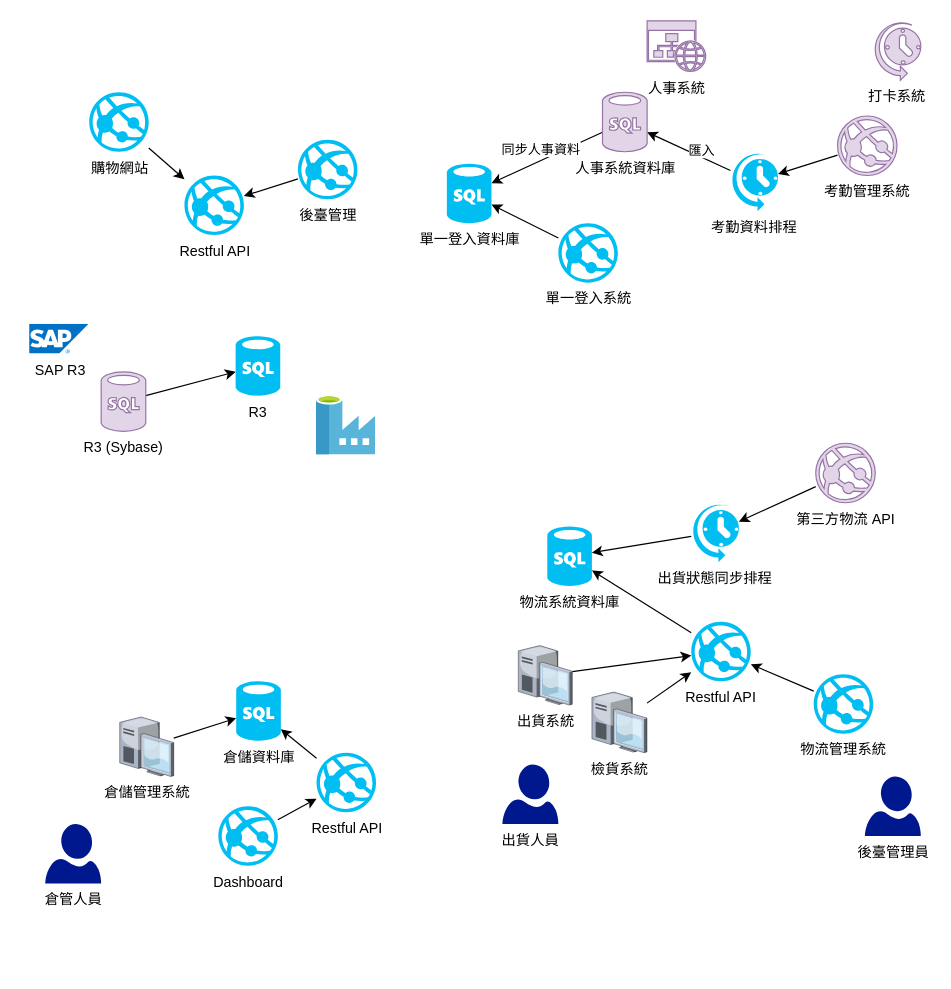
Earlier version of the draw.io diagram integrate-with-sap-r3-erp/diagram.drawio (txstudio/architecture-diagram). Source tidied: cells renumbered, new cells numbered last; positions are measured from the earlier drawing's top-left corner, leaving out a move shared by most shapes. Both pictures are drawn from the tidied source at 119%, with x=0, y=0 at pixel (29, 20).
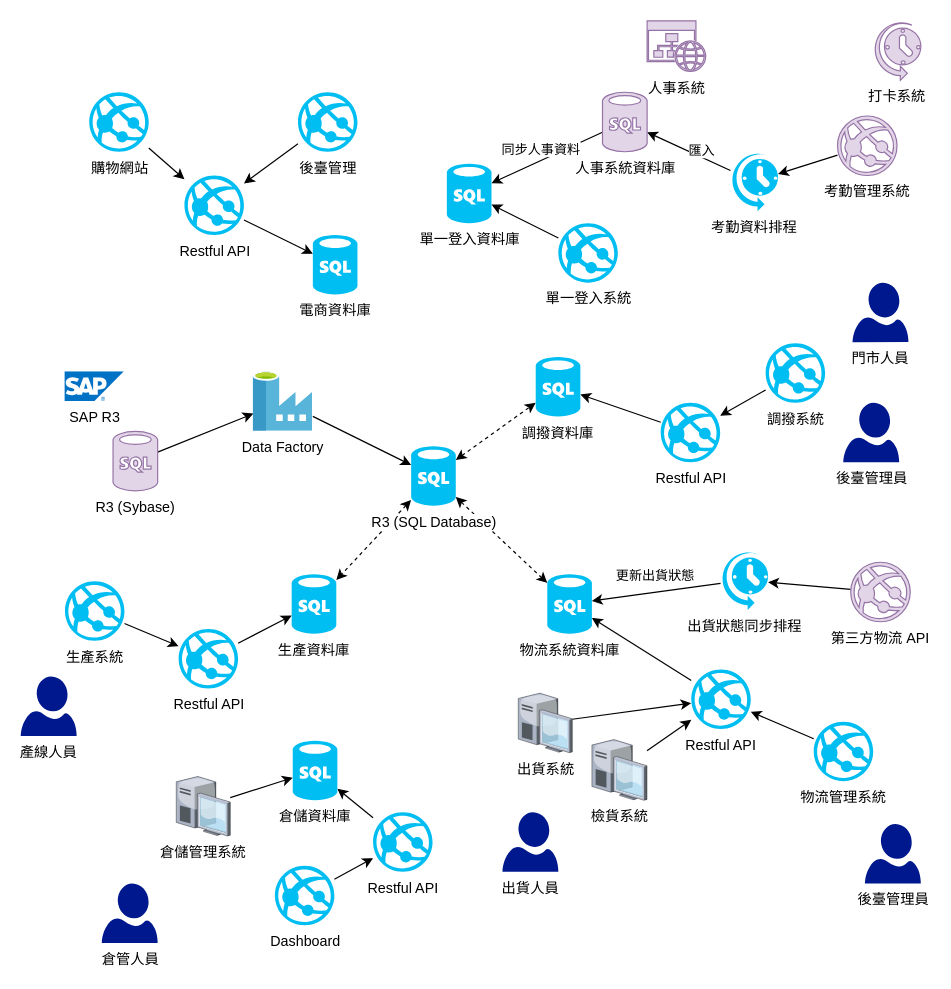
The same diagram, later.

Commit message:
add new system diagram

The change refers to these unchanged cells:
```xml
<mxCell id="15" value="Restful API" style="verticalLabelPosition=bottom;html=1;verticalAlign=top;align=center;strokeColor=none;fillColor=#00BEF2;shape=mxgraph.azure.azure_website;rounded=0;sketch=0;labelBackgroundColor=#ffffff;" parent="1" vertex="1">
  <mxGeometry x="130.5" y="130" width="50" height="50" as="geometry" />
</mxCell>
<mxCell id="41" style="edgeStyle=none;rounded=1;sketch=0;jettySize=auto;html=1;" parent="1" edge="1" source="42" target="45">
  <mxGeometry relative="1" as="geometry" />
</mxCell>
```

Diff of the diagram source:
```diff
@@
     <mxCell id="2" value="SAP R3" style="html=1;align=center;image;fontSize=12;image=img/lib/mscae/SAP_HANA_on_Azure.svg;rounded=0;sketch=0;" parent="1" vertex="1">
-      <mxGeometry x="0.5" y="255" width="50" height="25" as="geometry" />
+      <mxGeometry x="30.1" y="295" width="50" height="25" as="geometry" />
     </mxCell>
@@
     <mxCell id="4" value="出貨系統" style="verticalLabelPosition=bottom;html=1;verticalAlign=top;strokeColor=none;align=center;outlineConnect=0;shape=mxgraph.citrix.desktop;rounded=0;sketch=0;" parent="1" vertex="1">
-      <mxGeometry x="411" y="525" width="45.4" height="50" as="geometry" />
+      <mxGeometry x="411" y="565" width="45.4" height="50" as="geometry" />
     </mxCell>
@@
     <mxCell id="6" value="檢貨系統" style="verticalLabelPosition=bottom;html=1;verticalAlign=top;strokeColor=none;align=center;outlineConnect=0;shape=mxgraph.citrix.desktop;rounded=0;sketch=0;" parent="1" vertex="1">
-      <mxGeometry x="472.9" y="564" width="46.3" height="51" as="geometry" />
+      <mxGeometry x="472.9" y="604" width="46.3" height="51" as="geometry" />
     </mxCell>
@@
     <mxCell id="8" value="物流管理系統" style="verticalLabelPosition=bottom;html=1;verticalAlign=top;align=center;strokeColor=none;fillColor=#00BEF2;shape=mxgraph.azure.azure_website;rounded=0;sketch=0;labelBackgroundColor=#ffffff;" parent="1" vertex="1">
-      <mxGeometry x="659.3" y="549" width="50" height="50" as="geometry" />
+      <mxGeometry x="659.3" y="589" width="50" height="50" as="geometry" />
     </mxCell>
@@
     <mxCell id="10" value="Restful API" style="verticalLabelPosition=bottom;html=1;verticalAlign=top;align=center;strokeColor=none;fillColor=#00BEF2;shape=mxgraph.azure.azure_website;rounded=0;sketch=0;labelBackgroundColor=#ffffff;" parent="1" vertex="1">
-      <mxGeometry x="556.4" y="505" width="50" height="50" as="geometry" />
+      <mxGeometry x="556.4" y="545" width="50" height="50" as="geometry" />
     </mxCell>
-    <mxCell id="11" style="edgeStyle=none;rounded=1;sketch=0;jettySize=auto;html=1;" parent="1" edge="1" source="12" target="13">
+    <mxCell id="11" style="edgeStyle=none;rounded=1;sketch=0;jettySize=auto;html=1;" parent="1" edge="1" source="12" target="14">
       <mxGeometry relative="1" as="geometry" />
     </mxCell>
     <mxCell id="12" value="R3 (Sybase)" style="verticalLabelPosition=bottom;html=1;verticalAlign=top;align=center;strokeColor=#9673a6;fillColor=#e1d5e7;shape=mxgraph.azure.sql_database;rounded=0;sketch=0;" parent="1" vertex="1">
-      <mxGeometry x="60.5" y="295" width="37.5" height="50" as="geometry" />
+      <mxGeometry x="70.5" y="345" width="37.5" height="50" as="geometry" />
     </mxCell>
+    <mxCell id="48" style="edgeStyle=none;rounded=0;jettySize=auto;html=1;dashed=1;startArrow=classic;startFill=1;" parent="1" edge="1" source="13" target="57">
+      <mxGeometry relative="1" as="geometry" />
+    </mxCell>
+    <mxCell id="49" style="edgeStyle=none;rounded=0;jettySize=auto;html=1;dashed=1;startArrow=classic;startFill=1;" parent="1" edge="1" source="13" target="54">
+      <mxGeometry relative="1" as="geometry" />
+    </mxCell>
+    <mxCell id="50" style="edgeStyle=none;rounded=0;jettySize=auto;html=1;dashed=1;startArrow=classic;startFill=1;" parent="1" edge="1" source="13" target="45">
+      <mxGeometry relative="1" as="geometry" />
+    </mxCell>
-    <mxCell id="13" value="R3" style="verticalLabelPosition=bottom;html=1;verticalAlign=top;align=center;strokeColor=none;fillColor=#00BEF2;shape=mxgraph.azure.sql_database;rounded=0;sketch=0;" parent="1" vertex="1">
-      <mxGeometry x="173.5" y="265" width="37.5" height="50" as="geometry" />
+    <mxCell id="13" value="R3 (SQL Database)" style="verticalLabelPosition=bottom;html=1;verticalAlign=top;align=center;strokeColor=none;fillColor=#00BEF2;shape=mxgraph.azure.sql_database;rounded=0;sketch=0;labelBackgroundColor=#ffffff;" parent="1" vertex="1">
+      <mxGeometry x="321" y="357.5" width="37.5" height="50" as="geometry" />
     </mxCell>
+    <mxCell id="51" style="rounded=0;jettySize=auto;html=1;" parent="1" edge="1" source="14" target="13">
+      <mxGeometry relative="1" as="geometry" />
+    </mxCell>
-    <mxCell id="14" style="html=1;points=[];align=center;image;fontSize=12;image=img/lib/mscae/Data_Factory.svg;rounded=0;labelBackgroundColor=#ffffff;sketch=0;" parent="1" vertex="1">
-      <mxGeometry x="241.5" y="315" width="50" height="50" as="geometry" />
+    <mxCell id="14" value="Data Factory" style="html=1;points=[];align=center;image;fontSize=12;image=img/lib/mscae/Data_Factory.svg;rounded=0;labelBackgroundColor=#ffffff;sketch=0;" parent="1" vertex="1">
+      <mxGeometry x="188.4" y="295" width="50" height="50" as="geometry" />
     </mxCell>
+    <mxCell id="52" style="edgeStyle=none;rounded=0;jettySize=auto;html=1;" parent="1" edge="1" source="15" target="62">
+      <mxGeometry relative="1" as="geometry" />
+    </mxCell>
@@
     <mxCell id="19" value="Restful API" style="verticalLabelPosition=bottom;html=1;verticalAlign=top;align=center;strokeColor=none;fillColor=#00BEF2;shape=mxgraph.azure.azure_website;rounded=0;sketch=0;labelBackgroundColor=#ffffff;" parent="1" vertex="1">
-      <mxGeometry x="241.5" y="615" width="50" height="50" as="geometry" />
+      <mxGeometry x="289" y="665" width="50" height="50" as="geometry" />
     </mxCell>
     <mxCell id="20" value="倉儲資料庫" style="verticalLabelPosition=bottom;html=1;verticalAlign=top;align=center;strokeColor=none;fillColor=#00BEF2;shape=mxgraph.azure.sql_database;rounded=0;sketch=0;labelBackgroundColor=#ffffff;" parent="1" vertex="1">
-      <mxGeometry x="174" y="555" width="37.5" height="50" as="geometry" />
+      <mxGeometry x="221.5" y="605" width="37.5" height="50" as="geometry" />
     </mxCell>
@@
     <mxCell id="22" value="倉儲管理系統" style="verticalLabelPosition=bottom;html=1;verticalAlign=top;strokeColor=none;align=center;outlineConnect=0;shape=mxgraph.citrix.desktop;rounded=0;sketch=0;" parent="1" vertex="1">
-      <mxGeometry x="76.1" y="585" width="45.4" height="50" as="geometry" />
+      <mxGeometry x="123.6" y="635" width="45.4" height="50" as="geometry" />
     </mxCell>
@@
     <mxCell id="26" value="後臺管理" style="verticalLabelPosition=bottom;html=1;verticalAlign=top;align=center;strokeColor=none;fillColor=#00BEF2;shape=mxgraph.azure.azure_website;rounded=0;sketch=0;labelBackgroundColor=#ffffff;" parent="1" vertex="1">
-      <mxGeometry x="225.9" y="100" width="50" height="50" as="geometry" />
+      <mxGeometry x="225.9" y="60" width="50" height="50" as="geometry" />
     </mxCell>
@@
     <mxCell id="32" value="Dashboard" style="verticalLabelPosition=bottom;html=1;verticalAlign=top;align=center;strokeColor=none;fillColor=#00BEF2;shape=mxgraph.azure.azure_website;rounded=0;sketch=0;labelBackgroundColor=#ffffff;" parent="1" vertex="1">
-      <mxGeometry x="159" y="660" width="50" height="50" as="geometry" />
+      <mxGeometry x="206.5" y="710" width="50" height="50" as="geometry" />
     </mxCell>
@@
     <mxCell id="40" value="倉管人員" style="shadow=0;dashed=0;html=1;strokeColor=none;labelPosition=center;verticalLabelPosition=bottom;verticalAlign=top;align=center;fillColor=#00188D;shape=mxgraph.azure.user;rounded=0;labelBackgroundColor=#ffffff;sketch=0;" parent="1" vertex="1">
-      <mxGeometry x="13.5" y="675" width="47" height="50" as="geometry" />
+      <mxGeometry x="61" y="725" width="47" height="50" as="geometry" />
     </mxCell>
@@
+    <mxCell id="53" value="更新出貨狀態" style="edgeLabel;html=1;align=center;verticalAlign=middle;" parent="41" vertex="1">
+      <mxGeometry x="-0.45" y="1" relative="1" as="geometry">
+        <mxPoint x="-26.1" y="-12.7" as="offset" />
+      </mxGeometry>
+    </mxCell>
     <mxCell id="42" value="出貨狀態同步排程" style="verticalLabelPosition=bottom;html=1;verticalAlign=top;align=center;strokeColor=none;fillColor=#00BEF2;shape=mxgraph.azure.scheduler;rounded=0;labelBackgroundColor=#ffffff;sketch=0;" parent="1" vertex="1">
-      <mxGeometry x="556.4" y="405" width="40" height="50" as="geometry" />
+      <mxGeometry x="581" y="445" width="40" height="50" as="geometry" />
     </mxCell>
@@
     <mxCell id="44" value="第三方物流 API" style="verticalLabelPosition=bottom;html=1;verticalAlign=top;align=center;strokeColor=#9673a6;fillColor=#e1d5e7;shape=mxgraph.azure.azure_website;rounded=0;sketch=0;labelBackgroundColor=#ffffff;" parent="1" vertex="1">
-      <mxGeometry x="661" y="355" width="50" height="50" as="geometry" />
+      <mxGeometry x="690.4" y="455" width="50" height="50" as="geometry" />
     </mxCell>
     <mxCell id="45" value="物流系統資料庫" style="verticalLabelPosition=bottom;html=1;verticalAlign=top;align=center;strokeColor=none;fillColor=#00BEF2;shape=mxgraph.azure.sql_database;rounded=0;sketch=0;labelBackgroundColor=#ffffff;" parent="1" vertex="1">
-      <mxGeometry x="435.4" y="425" width="37.5" height="50" as="geometry" />
+      <mxGeometry x="435.4" y="465" width="37.5" height="50" as="geometry" />
     </mxCell>
     <mxCell id="46" value="出貨人員" style="shadow=0;dashed=0;html=1;strokeColor=none;labelPosition=center;verticalLabelPosition=bottom;verticalAlign=top;align=center;fillColor=#00188D;shape=mxgraph.azure.user;rounded=0;labelBackgroundColor=#ffffff;sketch=0;" parent="1" vertex="1">
-      <mxGeometry x="397.7" y="625" width="47" height="50" as="geometry" />
+      <mxGeometry x="397.7" y="665" width="47" height="50" as="geometry" />
     </mxCell>
     <mxCell id="47" value="後臺管理員" style="shadow=0;dashed=0;html=1;strokeColor=none;labelPosition=center;verticalLabelPosition=bottom;verticalAlign=top;align=center;fillColor=#00188D;shape=mxgraph.azure.user;rounded=0;labelBackgroundColor=#ffffff;sketch=0;" parent="1" vertex="1">
-      <mxGeometry x="702.3" y="635" width="47" height="50" as="geometry" />
+      <mxGeometry x="702.3" y="675" width="47" height="50" as="geometry" />
     </mxCell>
+    <mxCell id="54" value="生產資料庫" style="verticalLabelPosition=bottom;html=1;verticalAlign=top;align=center;strokeColor=none;fillColor=#00BEF2;shape=mxgraph.azure.sql_database;rounded=0;sketch=0;" parent="1" vertex="1">
+      <mxGeometry x="220.6" y="465" width="37.5" height="50" as="geometry" />
+    </mxCell>
+    <mxCell id="55" style="edgeStyle=none;rounded=0;jettySize=auto;html=1;" parent="1" edge="1" source="56" target="57">
+      <mxGeometry relative="1" as="geometry" />
+    </mxCell>
+    <mxCell id="56" value="Restful API" style="verticalLabelPosition=bottom;html=1;verticalAlign=top;align=center;strokeColor=none;fillColor=#00BEF2;shape=mxgraph.azure.azure_website;rounded=0;sketch=0;labelBackgroundColor=#ffffff;" parent="1" vertex="1">
+      <mxGeometry x="530.7" y="321" width="50" height="50" as="geometry" />
+    </mxCell>
+    <mxCell id="57" value="調撥資料庫" style="verticalLabelPosition=bottom;html=1;verticalAlign=top;align=center;strokeColor=none;fillColor=#00BEF2;shape=mxgraph.azure.sql_database;rounded=0;sketch=0;labelBackgroundColor=#ffffff;" parent="1" vertex="1">
+      <mxGeometry x="425.7" y="282.5" width="37.5" height="50" as="geometry" />
+    </mxCell>
+    <mxCell id="58" value="門市人員" style="shadow=0;dashed=0;html=1;strokeColor=none;labelPosition=center;verticalLabelPosition=bottom;verticalAlign=top;align=center;fillColor=#00188D;shape=mxgraph.azure.user;rounded=0;labelBackgroundColor=#ffffff;sketch=0;" parent="1" vertex="1">
+      <mxGeometry x="691.9" y="220" width="47" height="50" as="geometry" />
+    </mxCell>
+    <mxCell id="59" value="後臺管理員" style="shadow=0;dashed=0;html=1;strokeColor=none;labelPosition=center;verticalLabelPosition=bottom;verticalAlign=top;align=center;fillColor=#00188D;shape=mxgraph.azure.user;rounded=0;labelBackgroundColor=#ffffff;sketch=0;" parent="1" vertex="1">
+      <mxGeometry x="684.1" y="321" width="47" height="50" as="geometry" />
+    </mxCell>
+    <mxCell id="60" style="edgeStyle=none;rounded=0;jettySize=auto;html=1;" parent="1" edge="1" source="61" target="56">
+      <mxGeometry relative="1" as="geometry" />
+    </mxCell>
+    <mxCell id="61" value="調撥系統" style="verticalLabelPosition=bottom;html=1;verticalAlign=top;align=center;strokeColor=none;fillColor=#00BEF2;shape=mxgraph.azure.azure_website;rounded=0;sketch=0;labelBackgroundColor=#ffffff;" parent="1" vertex="1">
+      <mxGeometry x="618.9" y="271" width="50" height="50" as="geometry" />
+    </mxCell>
+    <mxCell id="62" value="電商資料庫" style="verticalLabelPosition=bottom;html=1;verticalAlign=top;align=center;strokeColor=none;fillColor=#00BEF2;shape=mxgraph.azure.sql_database;rounded=0;sketch=0;" parent="1" vertex="1">
+      <mxGeometry x="238.4" y="180" width="37.5" height="50" as="geometry" />
+    </mxCell>
+    <mxCell id="63" style="edgeStyle=none;rounded=0;jettySize=auto;html=1;" parent="1" edge="1" source="64" target="54">
+      <mxGeometry relative="1" as="geometry" />
+    </mxCell>
+    <mxCell id="64" value="Restful API" style="verticalLabelPosition=bottom;html=1;verticalAlign=top;align=center;strokeColor=none;fillColor=#00BEF2;shape=mxgraph.azure.azure_website;rounded=0;sketch=0;labelBackgroundColor=#ffffff;" parent="1" vertex="1">
+      <mxGeometry x="125.6" y="511" width="50" height="50" as="geometry" />
+    </mxCell>
+    <mxCell id="65" style="edgeStyle=none;rounded=0;jettySize=auto;html=1;" parent="1" edge="1" source="66" target="64">
+      <mxGeometry relative="1" as="geometry" />
+    </mxCell>
+    <mxCell id="66" value="生產系統" style="verticalLabelPosition=bottom;html=1;verticalAlign=top;align=center;strokeColor=none;fillColor=#00BEF2;shape=mxgraph.azure.azure_website;rounded=0;sketch=0;labelBackgroundColor=#ffffff;" parent="1" vertex="1">
+      <mxGeometry x="30.1" y="471" width="50" height="50" as="geometry" />
+    </mxCell>
+    <mxCell id="67" value="產線人員" style="shadow=0;dashed=0;html=1;strokeColor=none;labelPosition=center;verticalLabelPosition=bottom;verticalAlign=top;align=center;fillColor=#00188D;shape=mxgraph.azure.user;rounded=0;labelBackgroundColor=#ffffff;sketch=0;" parent="1" vertex="1">
+      <mxGeometry x="-7.1" y="551" width="47" height="50" as="geometry" />
+    </mxCell>
```
